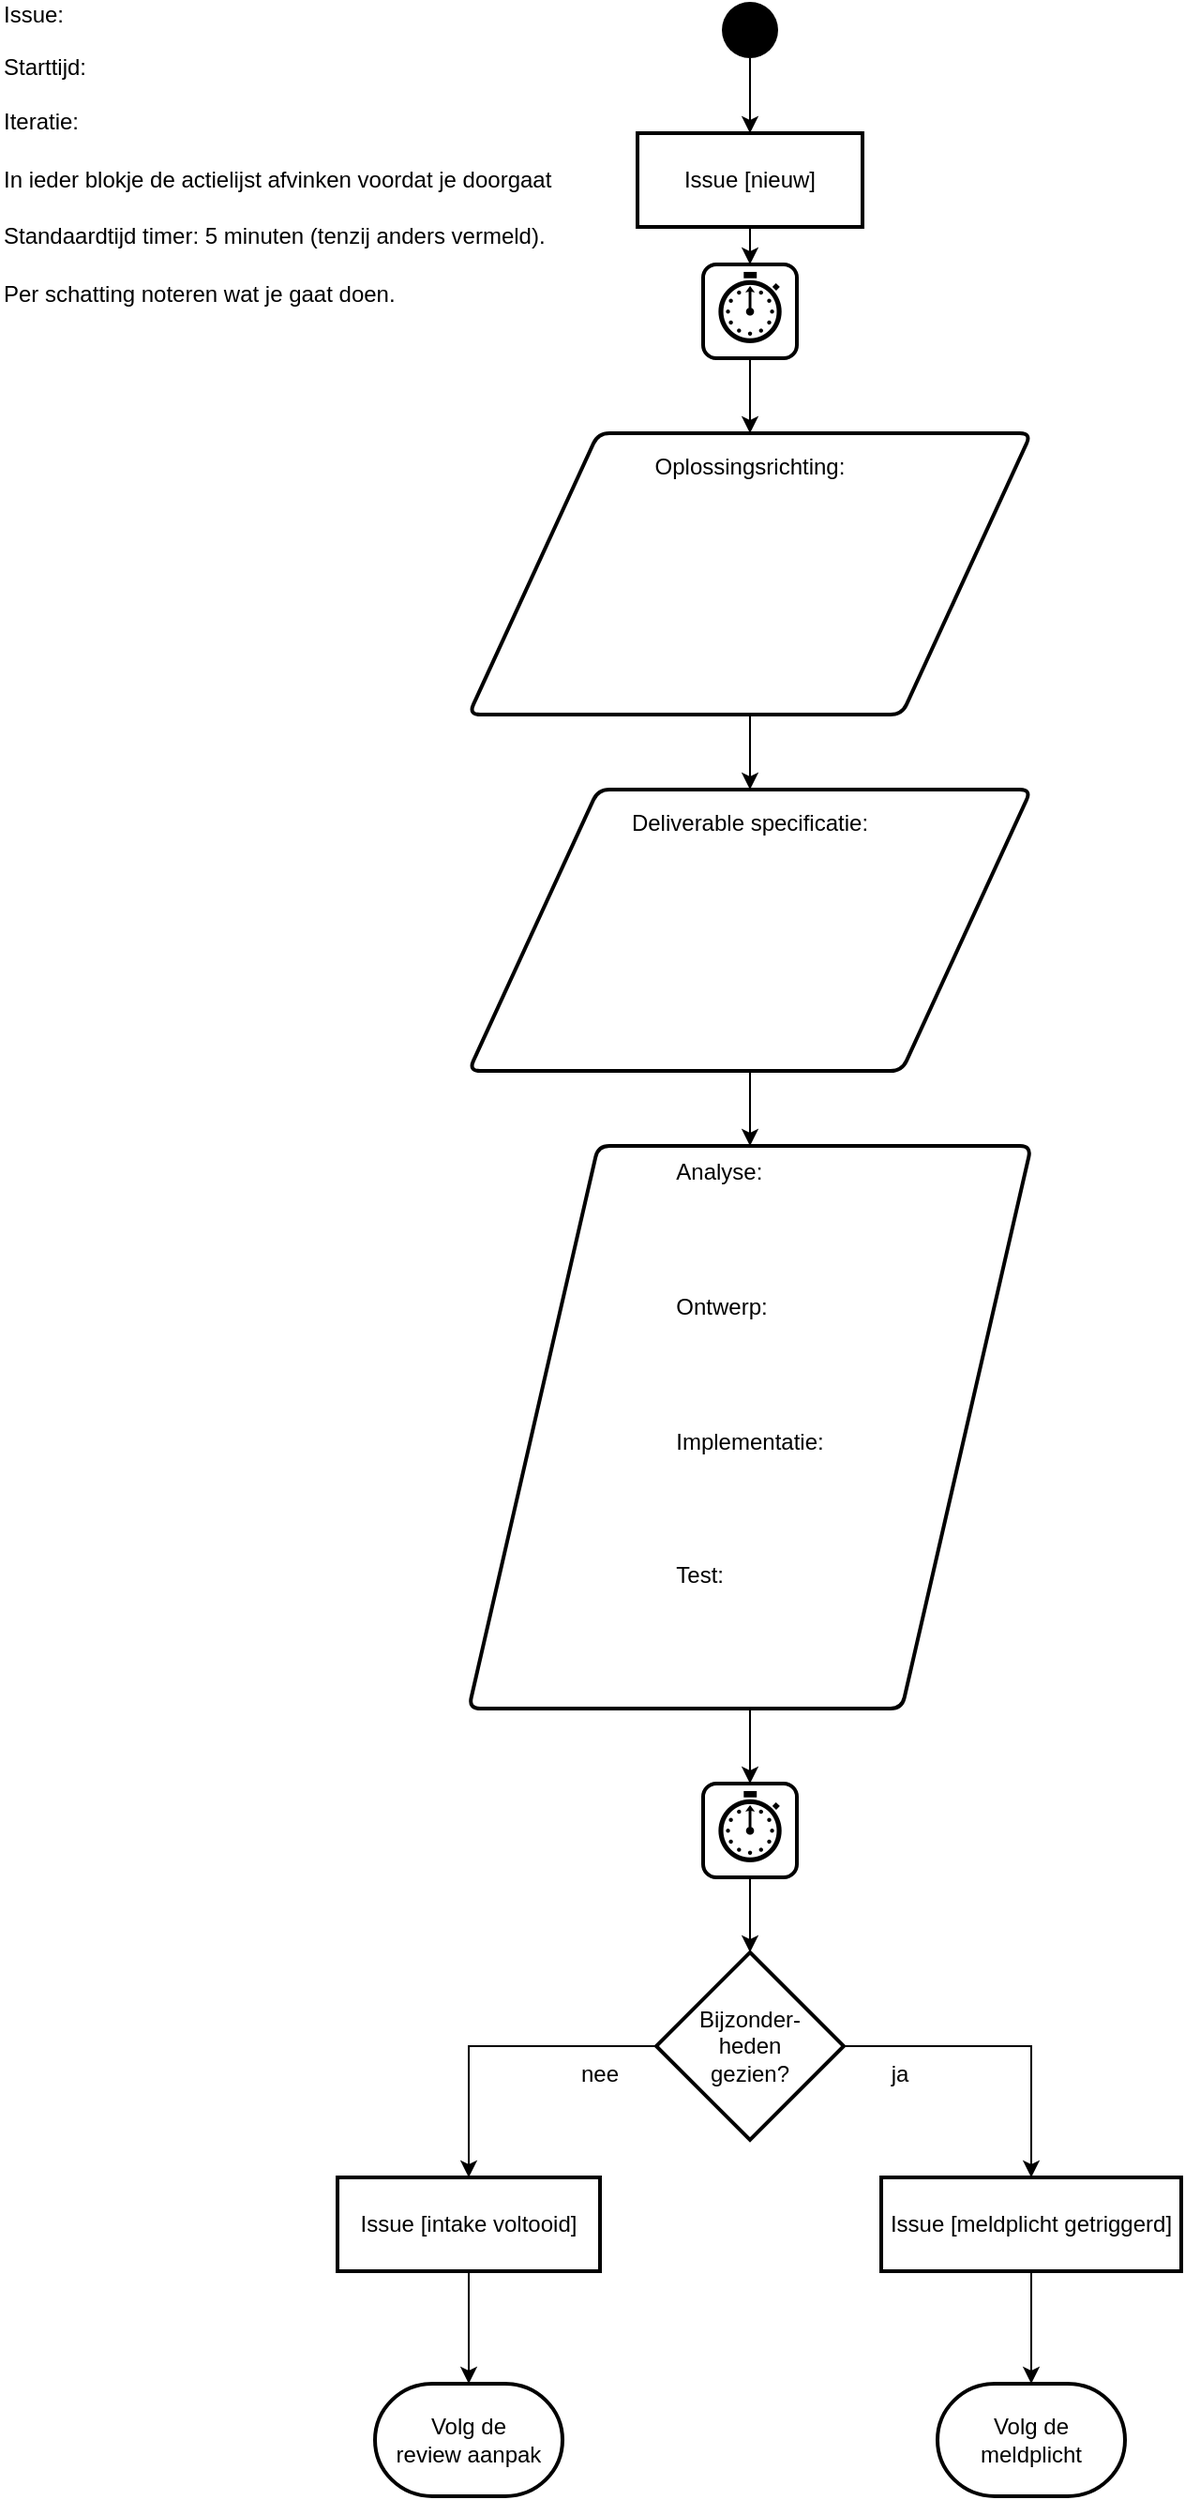
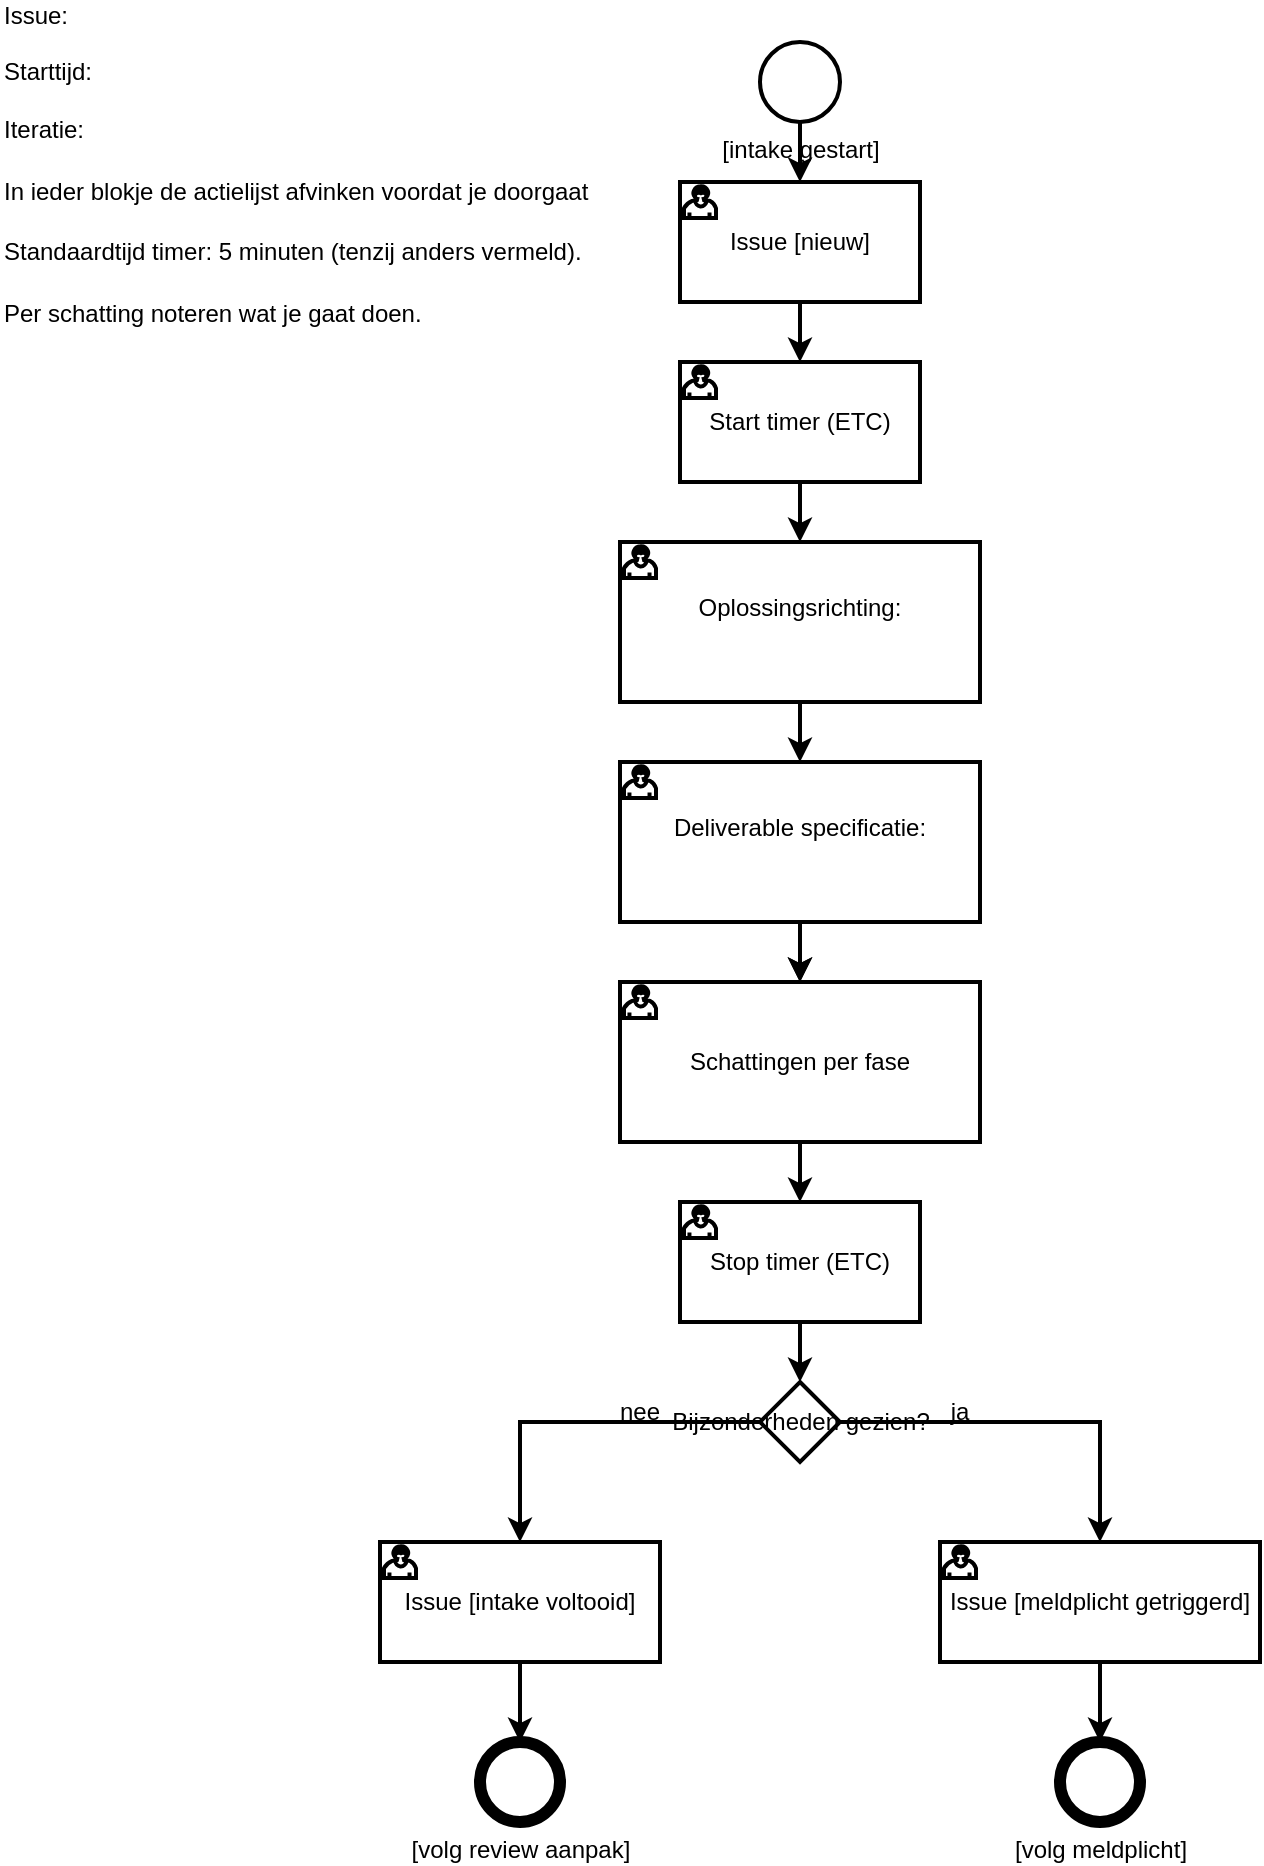
<mxfile host="Electron" agent="Mozilla/5.0 (Windows NT 10.0; Win64; x64) AppleWebKit/537.36 (KHTML, like Gecko) Chrome/143.0.0.0 Safari/537.36">
  <diagram name="Page-1" id="_NZFfUYCCha4VbYokAiz">
-     <mxGraphModel dx="1991" dy="1362" grid="1" gridSize="10" guides="1" tooltips="1" connect="1" arrows="1" fold="1" page="1" pageScale="1" pageWidth="827" pageHeight="1169" math="0" shadow="0">
+     <mxGraphModel dx="969" dy="999" grid="1" gridSize="10" guides="1" tooltips="1" connect="1" arrows="1" fold="1" page="1" pageScale="1" pageWidth="827" pageHeight="1169" math="0" shadow="0">
      <root>
        <mxCell id="0" />
        <mxCell id="1" parent="0" />
-         <mxCell id="P_f_nOgWtSUi1s_T79Jf-1" edge="1" parent="1" source="P_f_nOgWtSUi1s_T79Jf-2" style="edgeStyle=orthogonalEdgeStyle;rounded=0;orthogonalLoop=1;jettySize=auto;html=1;" target="P_f_nOgWtSUi1s_T79Jf-4" value="">
-           <mxGeometry relative="1" as="geometry" />
-         </mxCell>
-         <mxCell id="initialNode_intake" parent="1" style="ellipse;html=1;fillColor=#000000;strokeColor=none;" vertex="1">
-           <mxGeometry height="30" width="30" x="395" y="10" as="geometry" />
-         </mxCell>
-         <mxCell id="edge_initial_to_status" edge="1" parent="1" source="initialNode_intake" style="edgeStyle=orthogonalEdgeStyle;rounded=0;orthogonalLoop=1;jettySize=auto;html=1;" target="P_f_nOgWtSUi1s_T79Jf-2" value="">
-           <mxGeometry relative="1" as="geometry" />
-         </mxCell>
-         <object label="Issue [nieuw]" id="P_f_nOgWtSUi1s_T79Jf-2">
-           <mxCell parent="1" style="rounded=0;whiteSpace=wrap;html=1;strokeWidth=2;" vertex="1">
-             <mxGeometry height="50" width="120" x="350" y="80" as="geometry" />
-           </mxCell>
-         </object>
-         <mxCell id="P_f_nOgWtSUi1s_T79Jf-3" edge="1" parent="1" source="P_f_nOgWtSUi1s_T79Jf-4" style="edgeStyle=orthogonalEdgeStyle;rounded=0;orthogonalLoop=1;jettySize=auto;html=1;" target="P_f_nOgWtSUi1s_T79Jf-14" value="">
-           <mxGeometry relative="1" as="geometry" />
-         </mxCell>
-         <object label="&lt;font style=&quot;font-size: 36px;&quot;&gt;⏱️&lt;/font&gt;" Action="101" id="P_f_nOgWtSUi1s_T79Jf-4">
-           <mxCell parent="1" style="rounded=1;whiteSpace=wrap;html=1;absoluteArcSize=1;arcSize=14;strokeWidth=2;" vertex="1">
-             <mxGeometry height="50" width="50" x="385" y="150" as="geometry" />
-           </mxCell>
-         </object>
-         <object label="Volg de&lt;br&gt;review aanpak" Action="106F" id="P_f_nOgWtSUi1s_T79Jf-5">
-           <mxCell parent="1" style="strokeWidth=2;html=1;shape=mxgraph.flowchart.terminator;whiteSpace=wrap;" vertex="1">
-             <mxGeometry height="60" width="100" x="210" y="1280" as="geometry" />
-           </mxCell>
-         </object>
        <mxCell id="P_f_nOgWtSUi1s_T79Jf-6" parent="1" style="text;html=1;align=left;verticalAlign=middle;whiteSpace=wrap;rounded=0;" value="Issue:&amp;nbsp; &amp;nbsp;&lt;br&gt;&lt;br&gt;Starttijd:&lt;br&gt;&lt;br&gt;Iteratie:&amp;nbsp;" vertex="1">
          <mxGeometry height="30" width="60" x="10" y="30" as="geometry" />
        </mxCell>
-         <mxCell id="P_f_nOgWtSUi1s_T79Jf-7" edge="1" parent="1" source="P_f_nOgWtSUi1s_T79Jf-8" style="edgeStyle=orthogonalEdgeStyle;rounded=0;orthogonalLoop=1;jettySize=auto;html=1;" target="P_f_nOgWtSUi1s_T79Jf-19" value="">
-           <mxGeometry relative="1" as="geometry" />
-         </mxCell>
-         <object label="&lt;font style=&quot;font-size: 36px;&quot;&gt;⏱️&lt;/font&gt;" Action="105" id="P_f_nOgWtSUi1s_T79Jf-8">
-           <mxCell parent="1" style="rounded=1;whiteSpace=wrap;html=1;absoluteArcSize=1;arcSize=14;strokeWidth=2;" vertex="1">
-             <mxGeometry height="50" width="50" x="385" y="960" as="geometry" />
-           </mxCell>
-         </object>
-         <mxCell id="P_f_nOgWtSUi1s_T79Jf-9" edge="1" parent="1" source="P_f_nOgWtSUi1s_T79Jf-10" style="edgeStyle=orthogonalEdgeStyle;rounded=0;orthogonalLoop=1;jettySize=auto;html=1;exitX=0.5;exitY=1;exitDx=0;exitDy=0;entryX=0.5;entryY=0;entryDx=0;entryDy=0;" target="P_f_nOgWtSUi1s_T79Jf-8">
-           <mxGeometry relative="1" as="geometry" />
-         </mxCell>
-         <object label="&lt;div style=&quot;text-align: left;&quot;&gt;Analyse:&lt;/div&gt;&lt;font&gt;&lt;div style=&quot;text-align: left;&quot;&gt;&lt;br&gt;&lt;br&gt;&lt;br&gt;&lt;br&gt;&lt;/div&gt;&lt;div style=&quot;text-align: left;&quot;&gt;Ontwerp:&lt;br&gt;&lt;br&gt;&lt;br&gt;&lt;br&gt;&lt;br&gt;&lt;/div&gt;&lt;div style=&quot;text-align: left;&quot;&gt;Implementatie:&lt;br&gt;&lt;br&gt;&lt;br&gt;&lt;br&gt;&lt;br&gt;&lt;/div&gt;&lt;div style=&quot;text-align: left;&quot;&gt;Test:&lt;br&gt;&lt;br&gt;&lt;br&gt;&lt;br&gt;&lt;br&gt;&lt;/div&gt;&lt;/font&gt;" Action="104" id="P_f_nOgWtSUi1s_T79Jf-10">
-           <mxCell parent="1" style="shape=parallelogram;html=1;strokeWidth=2;perimeter=parallelogramPerimeter;whiteSpace=wrap;rounded=1;arcSize=12;size=0.23;" vertex="1">
-             <mxGeometry height="300" width="300" x="260" y="620" as="geometry" />
-           </mxCell>
-         </object>
-         <mxCell id="P_f_nOgWtSUi1s_T79Jf-11" edge="1" parent="1" source="P_f_nOgWtSUi1s_T79Jf-12" style="edgeStyle=orthogonalEdgeStyle;rounded=0;orthogonalLoop=1;jettySize=auto;html=1;" target="P_f_nOgWtSUi1s_T79Jf-10" value="">
-           <mxGeometry relative="1" as="geometry" />
-         </mxCell>
-         <object label="Deliverable specificatie:&lt;div&gt;&lt;br&gt;&lt;/div&gt;&lt;div&gt;&lt;br&gt;&lt;/div&gt;&lt;div&gt;&lt;br&gt;&lt;/div&gt;&lt;div&gt;&lt;br&gt;&lt;/div&gt;&lt;div&gt;&lt;br&gt;&lt;/div&gt;&lt;div&gt;&lt;br&gt;&lt;/div&gt;&lt;div&gt;&lt;br&gt;&lt;/div&gt;&lt;div&gt;&lt;br&gt;&lt;/div&gt;" Action="103" id="P_f_nOgWtSUi1s_T79Jf-12">
-           <mxCell parent="1" style="shape=parallelogram;html=1;strokeWidth=2;perimeter=parallelogramPerimeter;whiteSpace=wrap;rounded=1;arcSize=12;size=0.23;" vertex="1">
-             <mxGeometry height="150" width="300" x="260" y="430" as="geometry" />
-           </mxCell>
-         </object>
-         <mxCell id="P_f_nOgWtSUi1s_T79Jf-13" edge="1" parent="1" source="P_f_nOgWtSUi1s_T79Jf-14" style="edgeStyle=orthogonalEdgeStyle;rounded=0;orthogonalLoop=1;jettySize=auto;html=1;" target="P_f_nOgWtSUi1s_T79Jf-12" value="">
-           <mxGeometry relative="1" as="geometry" />
-         </mxCell>
-         <object label="Oplossingsrichting:&lt;div&gt;&lt;br&gt;&lt;/div&gt;&lt;div&gt;&lt;br&gt;&lt;/div&gt;&lt;div&gt;&lt;br&gt;&lt;/div&gt;&lt;div&gt;&lt;br&gt;&lt;/div&gt;&lt;div&gt;&lt;br&gt;&lt;/div&gt;&lt;div&gt;&lt;br&gt;&lt;/div&gt;&lt;div&gt;&lt;br&gt;&lt;/div&gt;&lt;div&gt;&lt;br&gt;&lt;/div&gt;" Action="102" id="P_f_nOgWtSUi1s_T79Jf-14">
-           <mxCell parent="1" style="shape=parallelogram;html=1;strokeWidth=2;perimeter=parallelogramPerimeter;whiteSpace=wrap;rounded=1;arcSize=12;size=0.23;" vertex="1">
-             <mxGeometry height="150" width="300" x="260" y="240" as="geometry" />
-           </mxCell>
-         </object>
        <mxCell id="P_f_nOgWtSUi1s_T79Jf-15" parent="1" style="text;html=1;whiteSpace=wrap;strokeColor=none;fillColor=none;align=left;verticalAlign=middle;rounded=0;" value="In ieder blokje de actielijst afvinken voordat je doorgaat" vertex="1">
          <mxGeometry height="30" width="300" x="10" y="90" as="geometry" />
        </mxCell>
        <mxCell id="P_f_nOgWtSUi1s_T79Jf-16" parent="1" style="text;html=1;whiteSpace=wrap;strokeColor=none;fillColor=none;align=left;verticalAlign=middle;rounded=0;" value="Standaardtijd timer: 5 minuten (tenzij anders vermeld)." vertex="1">
          <mxGeometry height="30" width="300" x="10" y="120" as="geometry" />
        </mxCell>
        <mxCell id="P_f_nOgWtSUi1s_T79Jf-17" parent="1" style="text;html=1;whiteSpace=wrap;strokeColor=none;fillColor=none;align=left;verticalAlign=middle;rounded=0;fontColor=#000000;" value="&lt;div style=&quot;line-height: 20px; white-space: pre;&quot;&gt;&lt;font face=&quot;Helvetica&quot; style=&quot;color: rgb(0, 0, 0);&quot;&gt;Per schatting noteren wat je gaat doen.&lt;/font&gt;&lt;/div&gt;" vertex="1">
          <mxGeometry height="30" width="300" x="10" y="150" as="geometry" />
        </mxCell>
-         <mxCell id="P_f_nOgWtSUi1s_T79Jf-18" edge="1" parent="1" source="P_f_nOgWtSUi1s_T79Jf-19" style="edgeStyle=orthogonalEdgeStyle;rounded=0;orthogonalLoop=1;jettySize=auto;html=1;" target="object_meldplicht_getriggerd" value="">
+ 
+         <object label="[intake gestart]" id="bpmn_start_event">
+           <mxCell parent="1" style="shape=mxgraph.bpmn.event;html=1;verticalLabelPosition=bottom;labelBackgroundColor=#ffffff;verticalAlign=top;align=center;perimeter=ellipsePerimeter;outlineConnect=0;aspect=fixed;outline=standard;symbol=general;strokeWidth=2;" vertex="1">
+             <mxGeometry height="40" width="40" x="390" y="30" as="geometry" />
+           </mxCell>
+         </object>
+ 
+         <object label="Issue [nieuw]" id="bpmn_task_nieuw">
+           <mxCell parent="1" style="shape=mxgraph.bpmn.task;html=1;verticalAlign=middle;align=center;whiteSpace=wrap;taskMarker=user;strokeWidth=2;" vertex="1">
+             <mxGeometry height="60" width="120" x="350" y="100" as="geometry" />
+           </mxCell>
+         </object>
+ 
+         <object label="Start timer (ETC)" Action="101" id="bpmn_task_start_timer">
+           <mxCell parent="1" style="shape=mxgraph.bpmn.task;html=1;verticalAlign=middle;align=center;whiteSpace=wrap;taskMarker=user;strokeWidth=2;" vertex="1">
+             <mxGeometry height="60" width="120" x="350" y="190" as="geometry" />
+           </mxCell>
+         </object>
+ 
+         <object label="Oplossingsrichting:&lt;div&gt;&lt;br&gt;&lt;/div&gt;" Action="102" id="bpmn_task_oplossingsrichting">
+           <mxCell parent="1" style="shape=mxgraph.bpmn.task;html=1;verticalAlign=middle;align=center;whiteSpace=wrap;taskMarker=user;strokeWidth=2;" vertex="1">
+             <mxGeometry height="80" width="180" x="320" y="280" as="geometry" />
+           </mxCell>
+         </object>
+ 
+         <object label="Deliverable specificatie:&lt;div&gt;&lt;br&gt;&lt;/div&gt;" Action="103" id="bpmn_task_deliverables">
+           <mxCell parent="1" style="shape=mxgraph.bpmn.task;html=1;verticalAlign=middle;align=center;whiteSpace=wrap;taskMarker=user;strokeWidth=2;" vertex="1">
+             <mxGeometry height="80" width="180" x="320" y="390" as="geometry" />
+           </mxCell>
+         </object>
+ 
+         <object label="Schattingen per fase" Action="104" id="bpmn_task_planning">
+           <mxCell parent="1" style="shape=mxgraph.bpmn.task;html=1;verticalAlign=middle;align=center;whiteSpace=wrap;taskMarker=user;strokeWidth=2;" vertex="1">
+             <mxGeometry height="80" width="180" x="320" y="500" as="geometry" />
+           </mxCell>
+         </object>
+ 
+         <object label="Stop timer (ETC)" Action="105" id="bpmn_task_stop_timer">
+           <mxCell parent="1" style="shape=mxgraph.bpmn.task;html=1;verticalAlign=middle;align=center;whiteSpace=wrap;taskMarker=user;strokeWidth=2;" vertex="1">
+             <mxGeometry height="60" width="120" x="350" y="610" as="geometry" />
+           </mxCell>
+         </object>
+ 
+         <object label="Bijzonderheden gezien?" Action="106" id="bpmn_gateway_bijzonderheden">
+           <mxCell parent="1" style="shape=mxgraph.bpmn.gateway;html=1;align=center;verticalAlign=middle;perimeter=rhombusPerimeter;outlineConnect=0;gatewaySymbol=exclusive;strokeWidth=2;" vertex="1">
+             <mxGeometry height="40" width="40" x="390" y="700" as="geometry" />
+           </mxCell>
+         </object>
+ 
+         <object label="Issue [intake voltooid]" id="bpmn_task_intake_voltooid">
+           <mxCell parent="1" style="shape=mxgraph.bpmn.task;html=1;verticalAlign=middle;align=center;whiteSpace=wrap;taskMarker=user;strokeWidth=2;" vertex="1">
+             <mxGeometry height="60" width="140" x="200" y="780" as="geometry" />
+           </mxCell>
+         </object>
+ 
+         <object label="[volg review aanpak]" Action="106F" id="bpmn_end_aanpak">
+           <mxCell parent="1" style="shape=mxgraph.bpmn.event;html=1;verticalLabelPosition=bottom;labelBackgroundColor=#ffffff;verticalAlign=top;align=center;perimeter=ellipsePerimeter;outlineConnect=0;aspect=fixed;outline=end;symbol=general;strokeWidth=2;" vertex="1">
+             <mxGeometry height="40" width="40" x="250" y="880" as="geometry" />
+           </mxCell>
+         </object>
+ 
+         <object label="Issue [meldplicht getriggerd]" id="bpmn_task_meldplicht_getriggerd">
+           <mxCell parent="1" style="shape=mxgraph.bpmn.task;html=1;verticalAlign=middle;align=center;whiteSpace=wrap;taskMarker=user;strokeWidth=2;" vertex="1">
+             <mxGeometry height="60" width="160" x="480" y="780" as="geometry" />
+           </mxCell>
+         </object>
+ 
+         <object label="[volg meldplicht]" Action="106T" id="bpmn_end_meldplicht">
+           <mxCell parent="1" style="shape=mxgraph.bpmn.event;html=1;verticalLabelPosition=bottom;labelBackgroundColor=#ffffff;verticalAlign=top;align=center;perimeter=ellipsePerimeter;outlineConnect=0;aspect=fixed;outline=end;symbol=general;strokeWidth=2;" vertex="1">
+             <mxGeometry height="40" width="40" x="540" y="880" as="geometry" />
+           </mxCell>
+         </object>
+ 
+         <mxCell id="edge_start_to_nieuw" edge="1" parent="1" source="bpmn_start_event" style="edgeStyle=orthogonalEdgeStyle;rounded=0;orthogonalLoop=1;jettySize=auto;html=1;strokeWidth=2;" target="bpmn_task_nieuw">
          <mxGeometry relative="1" as="geometry" />
        </mxCell>
-         <object label="Bijzonder-&lt;br&gt;heden&lt;br&gt;gezien?" Action="106" id="P_f_nOgWtSUi1s_T79Jf-19">
-           <mxCell parent="1" style="strokeWidth=2;html=1;shape=mxgraph.flowchart.decision;whiteSpace=wrap;" vertex="1">
-             <mxGeometry height="100" width="100" x="360" y="1050" as="geometry" />
-           </mxCell>
-         </object>
-         <object label="Volg de&lt;br&gt;meldplicht" Action="106T" id="P_f_nOgWtSUi1s_T79Jf-20">
-           <mxCell parent="1" style="strokeWidth=2;html=1;shape=mxgraph.flowchart.terminator;whiteSpace=wrap;" vertex="1">
-             <mxGeometry height="60" width="100" x="510" y="1280" as="geometry" />
-           </mxCell>
-         </object>
-         <mxCell id="P_f_nOgWtSUi1s_T79Jf-21" edge="1" parent="1" source="P_f_nOgWtSUi1s_T79Jf-19" style="edgeStyle=orthogonalEdgeStyle;rounded=0;orthogonalLoop=1;jettySize=auto;html=1;exitX=0;exitY=0.5;exitDx=0;exitDy=0;exitPerimeter=0;entryX=0.5;entryY=0;entryDx=0;entryDy=0;" target="object_intake_voltooid">
+         <mxCell id="edge_nieuw_to_start_timer" edge="1" parent="1" source="bpmn_task_nieuw" style="edgeStyle=orthogonalEdgeStyle;rounded=0;orthogonalLoop=1;jettySize=auto;html=1;strokeWidth=2;" target="bpmn_task_start_timer">
          <mxGeometry relative="1" as="geometry" />
        </mxCell>
-         <object label="Issue [intake voltooid]" id="object_intake_voltooid">
-           <mxCell parent="1" style="rounded=0;whiteSpace=wrap;html=1;strokeWidth=2;" vertex="1">
-             <mxGeometry height="50" width="140" x="190" y="1170" as="geometry" />
-           </mxCell>
-         </object>
-         <mxCell id="edge_voltooid_to_terminator" edge="1" parent="1" source="object_intake_voltooid" style="edgeStyle=orthogonalEdgeStyle;rounded=0;orthogonalLoop=1;jettySize=auto;html=1;" target="P_f_nOgWtSUi1s_T79Jf-5" value="">
+         <mxCell id="edge_start_timer_to_oplossingsrichting" edge="1" parent="1" source="bpmn_task_start_timer" style="edgeStyle=orthogonalEdgeStyle;rounded=0;orthogonalLoop=1;jettySize=auto;html=1;strokeWidth=2;" target="bpmn_task_oplossingsrichting">
          <mxGeometry relative="1" as="geometry" />
        </mxCell>
-         <object label="Issue [meldplicht getriggerd]" id="object_meldplicht_getriggerd">
-           <mxCell parent="1" style="rounded=0;whiteSpace=wrap;html=1;strokeWidth=2;" vertex="1">
-             <mxGeometry height="50" width="160" x="480" y="1170" as="geometry" />
-           </mxCell>
-         </object>
-         <mxCell id="edge_meldplicht_to_terminator" edge="1" parent="1" source="object_meldplicht_getriggerd" style="edgeStyle=orthogonalEdgeStyle;rounded=0;orthogonalLoop=1;jettySize=auto;html=1;" target="P_f_nOgWtSUi1s_T79Jf-20" value="">
+         <mxCell id="edge_oplossingsrichting_to_deliverables" edge="1" parent="1" source="bpmn_task_oplossingsrichting" style="edgeStyle=orthogonalEdgeStyle;rounded=0;orthogonalLoop=1;jettySize=auto;html=1;strokeWidth=2;" target="bpmn_task_deliverables">
+           <mxGeometry relative="1" as="geometry" />
+         </mxCell>
+         <mxCell id="edge_deliverables_to_planning" edge="1" parent="1" source="bpmn_task_deliverables" style="edgeStyle=orthogonalEdgeStyle;rounded=0;orthogonalLoop=1;jettySize=auto;html=1;strokeWidth=2;" target="bpmn_task_planning">
+           <mxGeometry relative="1" as="geometry" />
+         </mxCell>
+         <mxCell id="edge_planning_to_stop_timer" edge="1" parent="1" source="bpmn_task_deliverables" style="edgeStyle=orthogonalEdgeStyle;rounded=0;orthogonalLoop=1;jettySize=auto;html=1;strokeWidth=2;" target="bpmn_task_planning">
+           <mxGeometry relative="1" as="geometry" />
+         </mxCell>
+         <mxCell id="edge_planning_to_stop_timer_actual" edge="1" parent="1" source="bpmn_task_planning" style="edgeStyle=orthogonalEdgeStyle;rounded=0;orthogonalLoop=1;jettySize=auto;html=1;strokeWidth=2;" target="bpmn_task_stop_timer">
+           <mxGeometry relative="1" as="geometry" />
+         </mxCell>
+         <mxCell id="edge_stop_timer_to_gateway" edge="1" parent="1" source="bpmn_task_stop_timer" style="edgeStyle=orthogonalEdgeStyle;rounded=0;orthogonalLoop=1;jettySize=auto;html=1;strokeWidth=2;" target="bpmn_gateway_bijzonderheden">
+           <mxGeometry relative="1" as="geometry" />
+         </mxCell>
+         <mxCell id="edge_gateway_to_voltooid" edge="1" parent="1" source="bpmn_gateway_bijzonderheden" style="edgeStyle=orthogonalEdgeStyle;rounded=0;orthogonalLoop=1;jettySize=auto;html=1;strokeWidth=2;exitX=0;exitY=0.5;" target="bpmn_task_intake_voltooid">
+           <mxGeometry relative="1" as="geometry">
+             <Array as="points">
+               <mxPoint x="270" y="720" />
+             </Array>
+           </mxGeometry>
+         </mxCell>
+         <mxCell id="edge_voltooid_to_end" edge="1" parent="1" source="bpmn_task_intake_voltooid" style="edgeStyle=orthogonalEdgeStyle;rounded=0;orthogonalLoop=1;jettySize=auto;html=1;strokeWidth=2;" target="bpmn_end_aanpak">
+           <mxGeometry relative="1" as="geometry" />
+         </mxCell>
+         <mxCell id="edge_gateway_to_meldplicht" edge="1" parent="1" source="bpmn_gateway_bijzonderheden" style="edgeStyle=orthogonalEdgeStyle;rounded=0;orthogonalLoop=1;jettySize=auto;html=1;strokeWidth=2;exitX=1;exitY=0.5;" target="bpmn_task_meldplicht_getriggerd">
+           <mxGeometry relative="1" as="geometry">
+             <Array as="points">
+               <mxPoint x="560" y="720" />
+             </Array>
+           </mxGeometry>
+         </mxCell>
+         <mxCell id="edge_meldplicht_to_end" edge="1" parent="1" source="bpmn_task_meldplicht_getriggerd" style="edgeStyle=orthogonalEdgeStyle;rounded=0;orthogonalLoop=1;jettySize=auto;html=1;strokeWidth=2;" target="bpmn_end_meldplicht">
          <mxGeometry relative="1" as="geometry" />
        </mxCell>
        <mxCell id="P_f_nOgWtSUi1s_T79Jf-22" parent="1" style="text;html=1;whiteSpace=wrap;strokeColor=none;fillColor=none;align=center;verticalAlign=middle;rounded=0;" value="nee" vertex="1">
-           <mxGeometry height="30" width="60" x="300" y="1100" as="geometry" />
+           <mxGeometry height="30" width="60" x="300" y="700" as="geometry" />
        </mxCell>
        <mxCell id="P_f_nOgWtSUi1s_T79Jf-23" parent="1" style="text;html=1;whiteSpace=wrap;strokeColor=none;fillColor=none;align=center;verticalAlign=middle;rounded=0;" value="ja" vertex="1">
-           <mxGeometry height="30" width="60" x="460" y="1100" as="geometry" />
+           <mxGeometry height="30" width="60" x="460" y="700" as="geometry" />
        </mxCell>
      </root>
    </mxGraphModel>
  </diagram>
- </mxfile>
+ </mxfile>